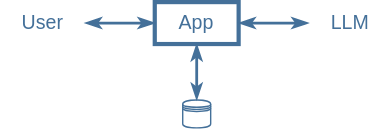
andrie/conf-2025-working-with-infosec keeps this draw.io diagram as _img/multiple_sources.drawio.svg. Above is the earlier version. Source tidied: cells renumbered, new cells last; positions are measured from the earlier drawing's top-left corner, leaving out a move shared by most shapes. Its diagram source:
```xml
<mxGraphModel>
  <root>
    <mxCell id="0" />
    <mxCell id="1" parent="0" />
    <mxCell id="2" value="User" style="text;html=1;align=center;verticalAlign=middle;whiteSpace=wrap;rounded=0;fontColor=light-dark(#447099,#EDEDED);fontSize=14;" parent="1" vertex="1">
      <mxGeometry width="60" height="30" as="geometry" />
    </mxCell>
    <mxCell id="3" value="App" style="text;html=1;align=center;verticalAlign=middle;whiteSpace=wrap;rounded=0;fontColor=light-dark(#447099,#EDEDED);fontSize=14;strokeColor=#447099;strokeWidth=3;" parent="1" vertex="1">
      <mxGeometry x="110" width="60" height="30" as="geometry" />
    </mxCell>
    <mxCell id="4" value="LLM" style="text;html=1;align=center;verticalAlign=middle;whiteSpace=wrap;rounded=0;fontColor=light-dark(#447099,#EDEDED);fontSize=14;" parent="1" vertex="1">
      <mxGeometry x="220" width="60" height="30" as="geometry" />
    </mxCell>
    <mxCell id="5" style="shape=datastore;whiteSpace=wrap;html=1;strokeColor=#447099;fillColor=none;" parent="1" vertex="1">
      <mxGeometry x="130" y="70" width="20" height="20" as="geometry" />
    </mxCell>
    <mxCell id="6" style="edgeStyle=none;html=1;entryX=0;entryY=0.5;entryDx=0;entryDy=0;strokeColor=light-dark(#447099,#447099);strokeWidth=2;startArrow=classicThin;startFill=1;endArrow=classicThin;endFill=1;" parent="1" edge="1" source="2" target="3">
      <mxGeometry relative="1" as="geometry" />
    </mxCell>
    <mxCell id="7" style="edgeStyle=none;html=1;entryX=0;entryY=0.5;entryDx=0;entryDy=0;strokeColor=light-dark(#447099,#447099);strokeWidth=2;exitX=1;exitY=0.5;exitDx=0;exitDy=0;startArrow=classicThin;startFill=1;endArrow=classicThin;endFill=1;" parent="1" edge="1" source="3" target="4">
      <mxGeometry relative="1" as="geometry" />
    </mxCell>
    <mxCell id="8" style="edgeStyle=none;html=1;entryX=0.5;entryY=0;entryDx=0;entryDy=0;strokeColor=light-dark(#447099,#447099);strokeWidth=2;startArrow=classicThin;startFill=1;endArrow=classicThin;endFill=1;exitX=0.5;exitY=1;exitDx=0;exitDy=0;" parent="1" edge="1" source="3" target="5">
      <mxGeometry relative="1" as="geometry" />
    </mxCell>
  </root>
</mxGraphModel>
```
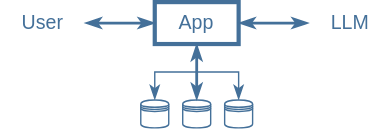
Later version of the same file.

The edit, as a diff of the source:
```diff
@@ -23,5 +23,27 @@
     <mxCell id="8" style="edgeStyle=none;html=1;entryX=0.5;entryY=0;entryDx=0;entryDy=0;strokeColor=light-dark(#447099,#447099);strokeWidth=2;startArrow=classicThin;startFill=1;endArrow=classicThin;endFill=1;exitX=0.5;exitY=1;exitDx=0;exitDy=0;" parent="1" edge="1" source="3" target="5">
       <mxGeometry relative="1" as="geometry" />
     </mxCell>
+    <mxCell id="9" style="shape=datastore;whiteSpace=wrap;html=1;strokeColor=#447099;fillColor=none;" parent="1" vertex="1">
+      <mxGeometry x="160" y="70" width="20" height="20" as="geometry" />
+    </mxCell>
+    <mxCell id="10" style="shape=datastore;whiteSpace=wrap;html=1;strokeColor=#447099;fillColor=none;" parent="1" vertex="1">
+      <mxGeometry x="100" y="70" width="20" height="20" as="geometry" />
+    </mxCell>
+    <mxCell id="11" style="edgeStyle=elbowEdgeStyle;elbow=vertical;endArrow=classicThin;html=1;curved=0;rounded=0;endSize=8;startSize=8;entryX=0.5;entryY=0;entryDx=0;entryDy=0;strokeColor=#447099;endFill=1;" parent="1" edge="1" target="9">
+      <mxGeometry relative="1" as="geometry">
+        <mxPoint x="140" y="30" as="sourcePoint" />
+        <Array as="points">
+          <mxPoint x="160" y="50" />
+        </Array>
+      </mxGeometry>
+    </mxCell>
+    <mxCell id="12" style="edgeStyle=elbowEdgeStyle;elbow=vertical;endArrow=classicThin;html=1;curved=0;rounded=0;endSize=8;startSize=8;entryX=0.5;entryY=0;entryDx=0;entryDy=0;strokeColor=#447099;endFill=1;" parent="1" edge="1" target="10">
+      <mxGeometry relative="1" as="geometry">
+        <mxPoint x="140" y="30" as="sourcePoint" />
+        <Array as="points">
+          <mxPoint x="120" y="50" />
+        </Array>
+      </mxGeometry>
+    </mxCell>
   </root>
 </mxGraphModel>
```
